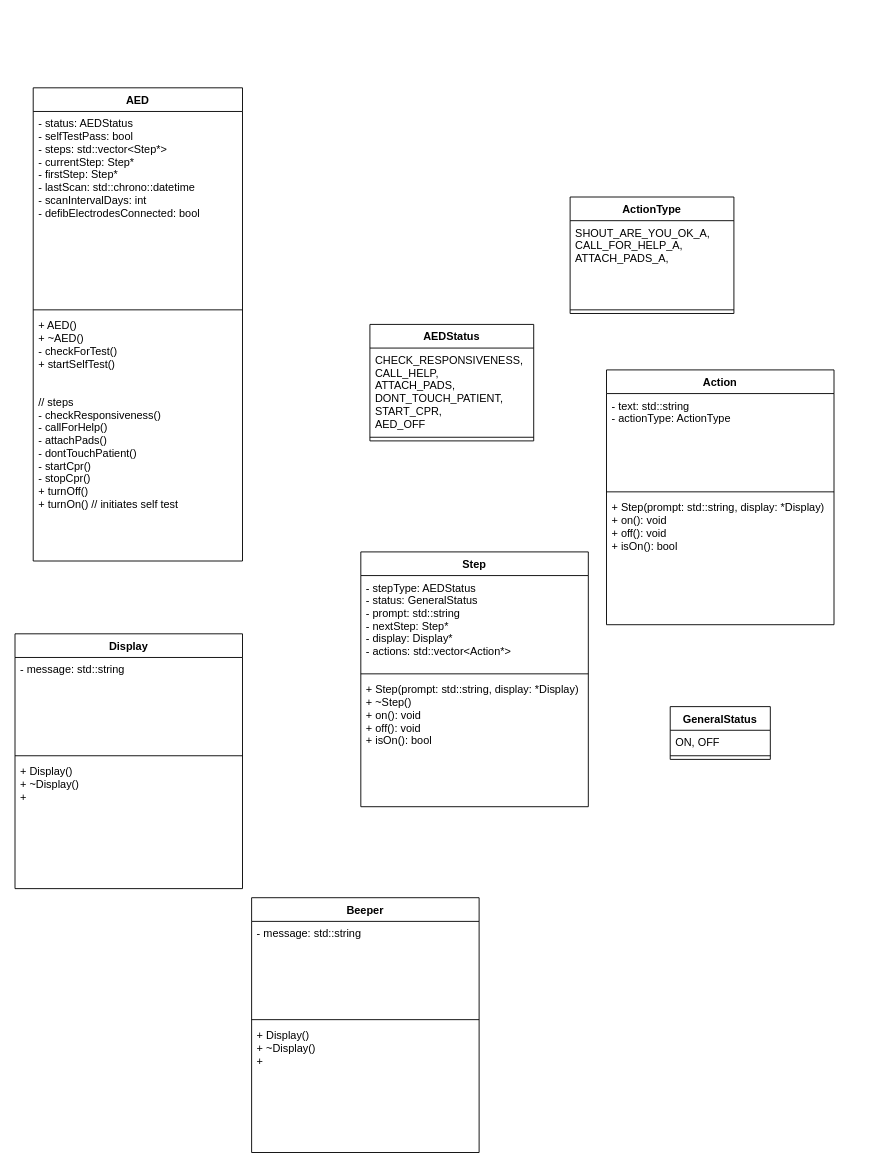
HamzaAlsarakbi/AEDSimulator keeps this draw.io diagram as docs/class-diagram/a4-class-diagram.drawio. Above is the earlier version. Source tidied: cells renumbered, new cells numbered last; positions are measured from the earlier drawing's top-left corner, leaving out a move shared by most shapes. Both pictures are drawn from the tidied source at 91%, with x=0, y=0 at pixel (15, 87).
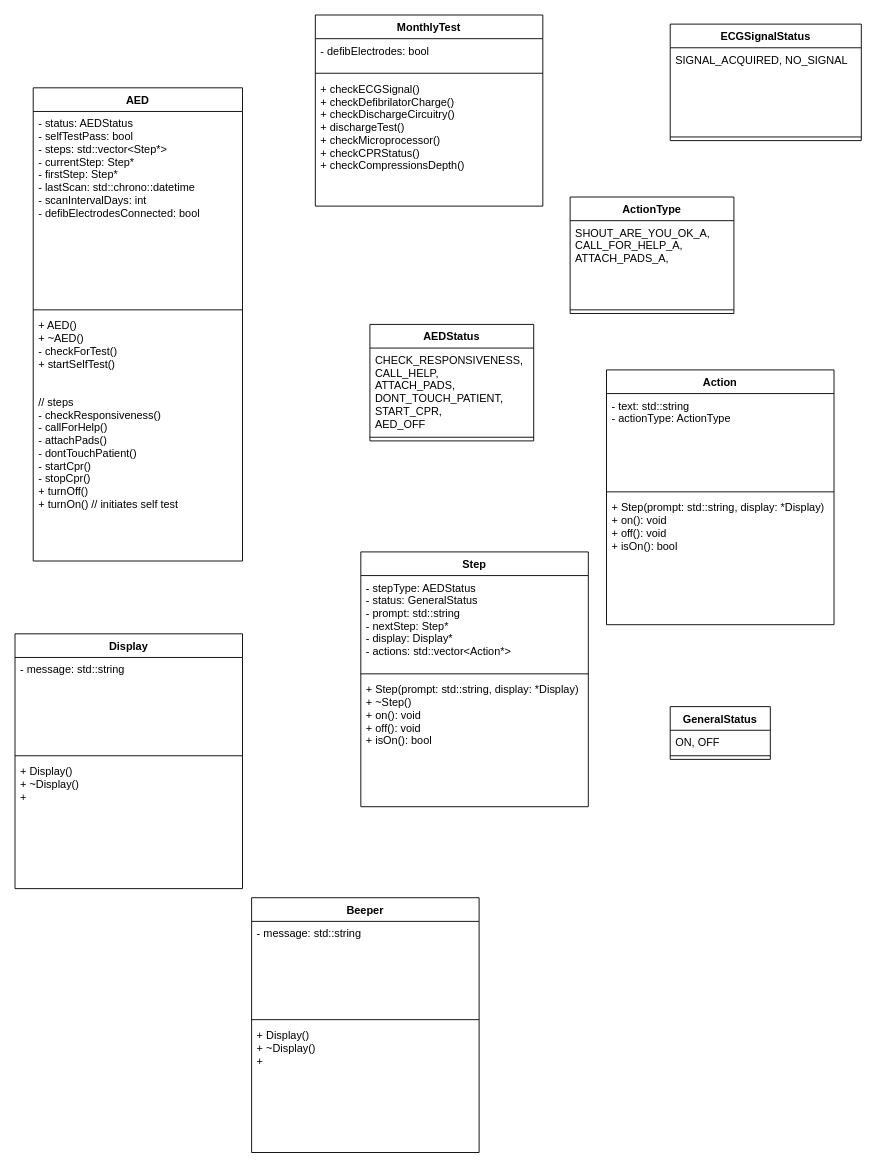
Above is the later version.

The edit, as a diff of the source:
```diff
@@
+    <mxCell id="31" value="MonthlyTest" style="swimlane;fontStyle=1;align=center;verticalAlign=top;horizontal=1;startSize=26;" parent="1" vertex="1">
+      <mxGeometry x="330" y="-80" width="250" height="210" as="geometry" />
+    </mxCell>
+    <mxCell id="32" value="- defibElectrodes: bool" style="text;strokeColor=none;fillColor=none;align=left;verticalAlign=top;spacingLeft=4;spacingRight=4;overflow=hidden;" parent="31" vertex="1">
+      <mxGeometry y="26" width="250" height="34" as="geometry" />
+    </mxCell>
+    <mxCell id="33" style="line;strokeWidth=1;fillColor=none;align=left;verticalAlign=middle;spacingTop=-1;spacingLeft=3;spacingRight=3;labelPosition=right;strokeColor=inherit;" parent="31" vertex="1">
+      <mxGeometry y="60" width="250" height="8" as="geometry" />
+    </mxCell>
+    <mxCell id="34" value="+ checkECGSignal()&#10;+ checkDefibrilatorCharge()&#10;+ checkDischargeCircuitry()&#10;+ dischargeTest()&#10;+ checkMicroprocessor()&#10;+ checkCPRStatus()&#10;+ checkCompressionsDepth()" style="text;strokeColor=none;fillColor=none;align=left;verticalAlign=top;spacingLeft=4;spacingRight=4;overflow=hidden;" parent="31" vertex="1">
+      <mxGeometry y="68" width="250" height="142" as="geometry" />
+    </mxCell>
+    <mxCell id="35" value="ECGSignalStatus" style="swimlane;fontStyle=1;align=center;verticalAlign=top;horizontal=1;startSize=26;" parent="1" vertex="1">
+      <mxGeometry x="720" y="-70" width="210" height="128" as="geometry" />
+    </mxCell>
+    <mxCell id="36" value="SIGNAL_ACQUIRED, NO_SIGNAL" style="text;strokeColor=none;fillColor=none;align=left;verticalAlign=top;spacingLeft=4;spacingRight=4;overflow=hidden;" parent="35" vertex="1">
+      <mxGeometry y="26" width="210" height="94" as="geometry" />
+    </mxCell>
+    <mxCell id="37" style="line;strokeWidth=1;fillColor=none;align=left;verticalAlign=middle;spacingTop=-1;spacingLeft=3;spacingRight=3;labelPosition=right;strokeColor=inherit;" parent="35" vertex="1">
+      <mxGeometry y="120" width="210" height="8" as="geometry" />
+    </mxCell>
```
